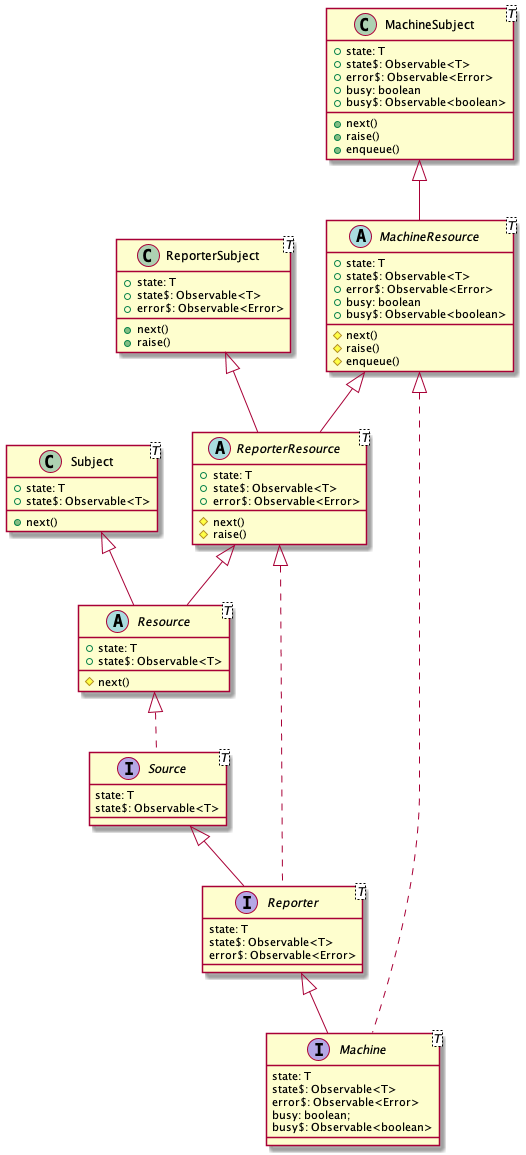
Before: assets/diagram.png, a diagram exported from PlantUML (rafamel/komtrol). Source of this version:
```plantuml
@startuml Sources

interface Source<T> {
  state: T
  state$: Observable<T>
}

Source <|-- Reporter
interface Reporter<T> {
  state: T
  state$: Observable<T>
  error$: Observable<Error>
}

Reporter <|-- Machine
interface Machine<T> {
  state: T
  state$: Observable<T>
  error$: Observable<Error>
  busy: boolean;
  busy$: Observable<boolean>
}

Resource <|.. Source
abstract class Resource<T> {
  +state: T
  +state$: Observable<T>
  #next()
}

Subject <|-- Resource
class Subject<T> {
  +state: T
  +state$: Observable<T>
  +next()
}

ReporterResource <|.. Reporter
ReporterResource <|-- Resource
abstract class ReporterResource<T> {
  +state: T
  +state$: Observable<T>
  +error$: Observable<Error>
  #next()
  #raise()
}

ReporterSubject <|-- ReporterResource
class ReporterSubject<T> {
  +state: T
  +state$: Observable<T>
  +error$: Observable<Error>
  +next()
  +raise()
}

MachineResource <|.. Machine
MachineResource <|-- ReporterResource
abstract class MachineResource<T> {
  +state: T
  +state$: Observable<T>
  +error$: Observable<Error>
  +busy: boolean
  +busy$: Observable<boolean>
  #next()
  #raise()
  #enqueue()
}

MachineSubject <|-- MachineResource
class MachineSubject<T> {
  +state: T
  +state$: Observable<T>
  +error$: Observable<Error>
  +busy: boolean
  +busy$: Observable<boolean>
  +next()
  +raise()
  +enqueue()
}

@enduml
```
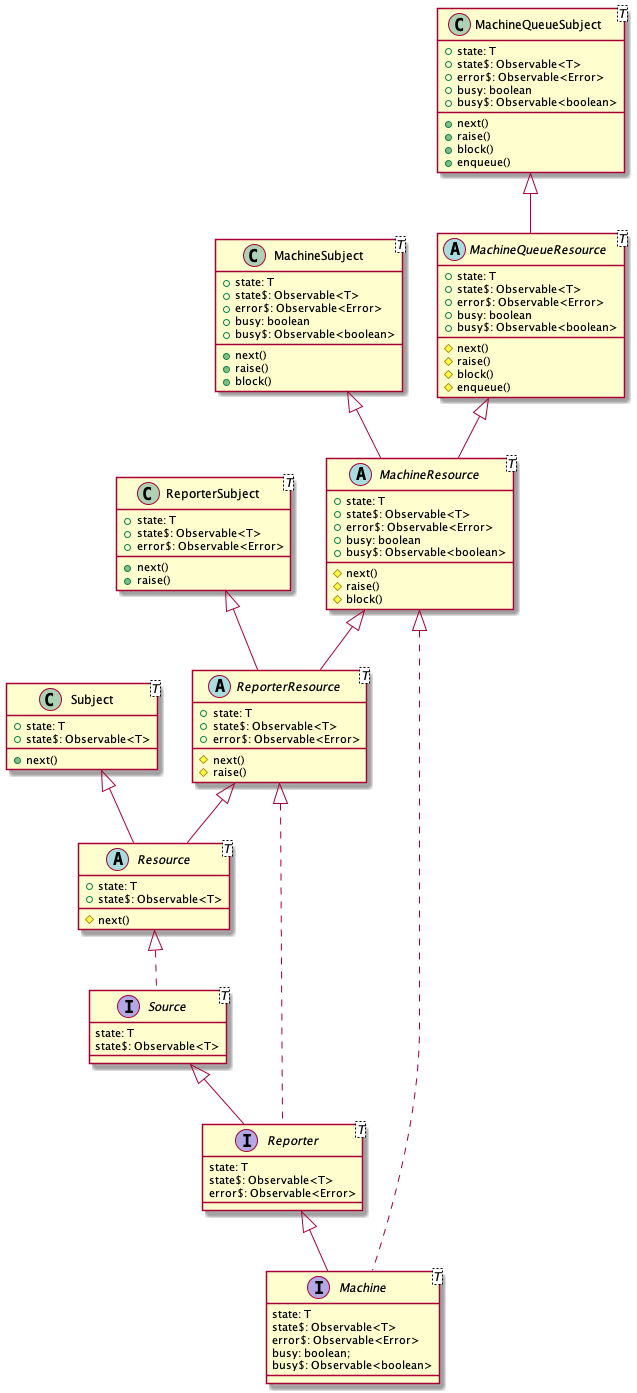
Later version of the same file.

Change to the diagram source:
```diff
@@ -64,7 +64,7 @@
   +busy$: Observable<boolean>
   #next()
   #raise()
-  #enqueue()
+  #block()
 }
 
 MachineSubject <|-- MachineResource
@@ -76,6 +76,32 @@
   +busy$: Observable<boolean>
   +next()
   +raise()
+  +block()
+}
+
+MachineQueueResource <|-- MachineResource
+abstract class MachineQueueResource<T> {
+  +state: T
+  +state$: Observable<T>
+  +error$: Observable<Error>
+  +busy: boolean
+  +busy$: Observable<boolean>
+  #next()
+  #raise()
+  #block()
+  #enqueue()
+}
+
+MachineQueueSubject <|-- MachineQueueResource
+class MachineQueueSubject<T> {
+  +state: T
+  +state$: Observable<T>
+  +error$: Observable<Error>
+  +busy: boolean
+  +busy$: Observable<boolean>
+  +next()
+  +raise()
+  +block()
   +enqueue()
 }
 
```
